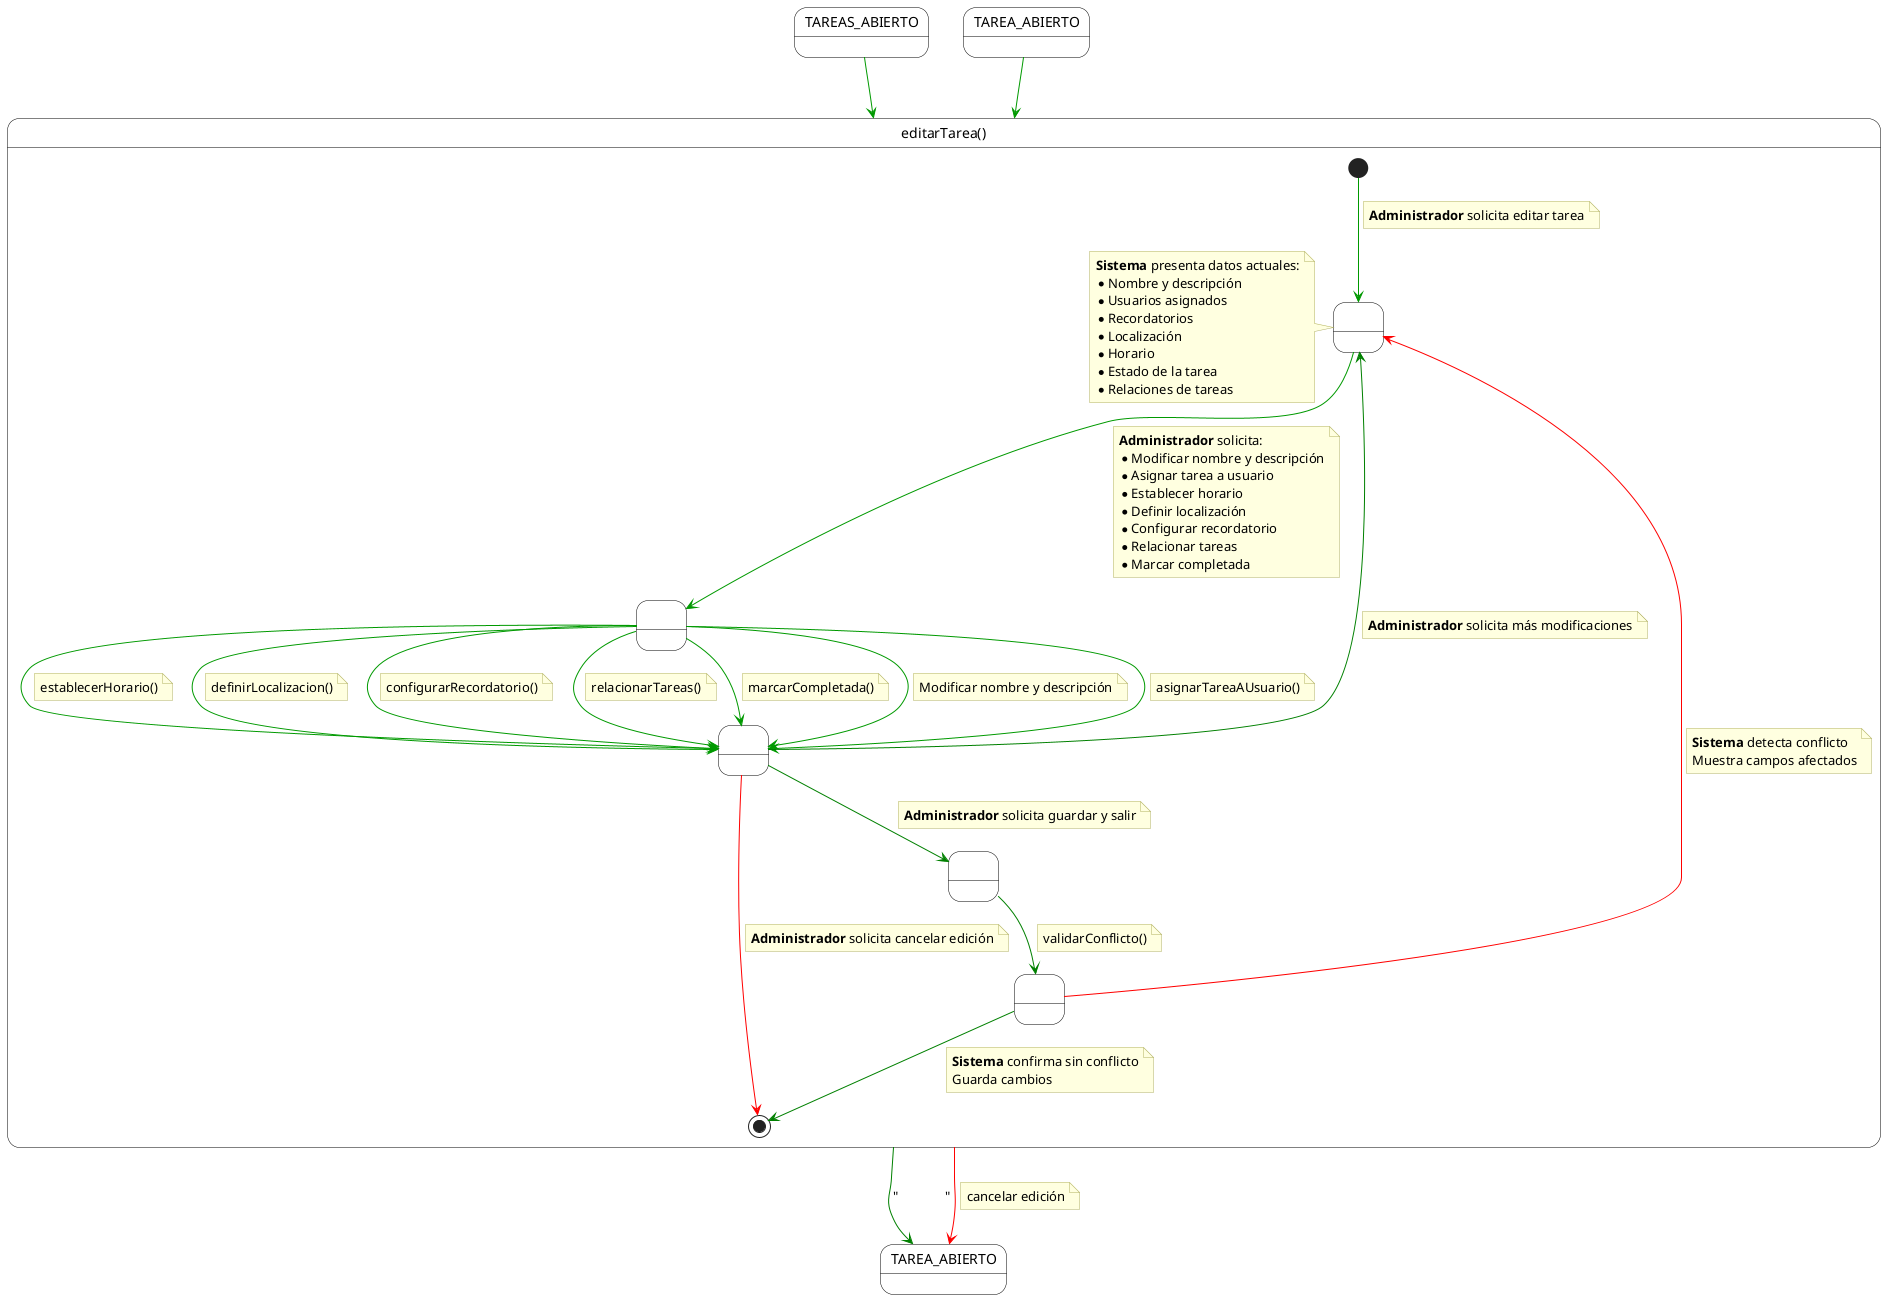
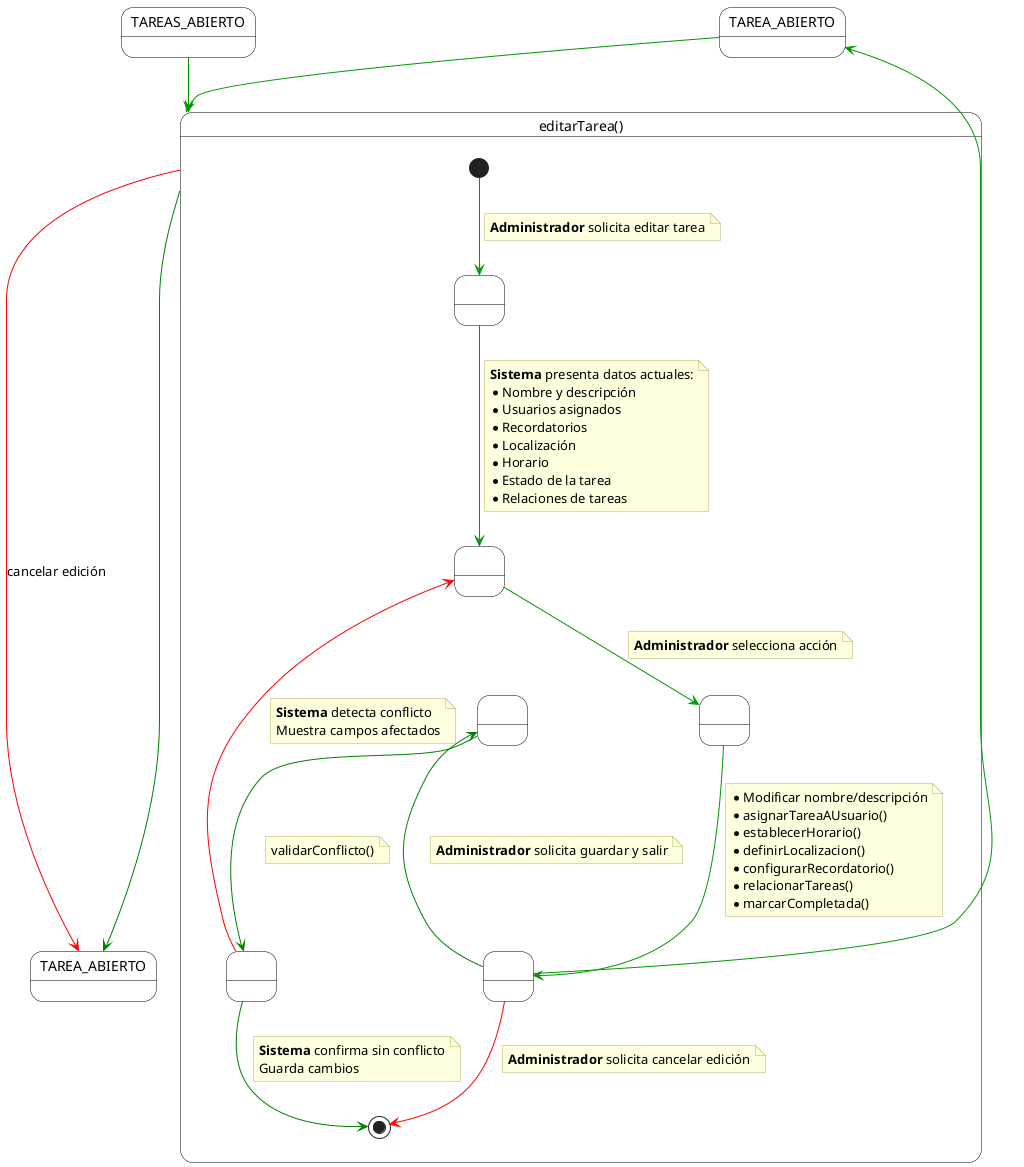
@startuml
- ' Configuración visual consistente
+ ' --- CONFIGURACIÓN VISUAL ---
skinparam monochrome false
skinparam shadow false
top to bottom direction

skinparam state {
    BackgroundColor White
    BorderColor Black
    ArrowColor #009900
    StartColor Black
    EndColor Black
}

skinparam note {
    BackgroundColor #FFFFE0
    BorderColor #B0B060
    FontName Arial
}

- ' --- ESTADOS EXTERNOS DE ENTRADA ---
+ ' --- 1. ENTRADAS (ARRIBA) ---
state TAREAS_ABIERTO
state "TAREA_ABIERTO" as TareaInicio

- ' Estado compuesto principal: editarTarea()
+ ' --- 2. CONTENEDOR PRINCIPAL ---
state "editarTarea()" as EditarTareaContainer {

-     ' Puntos de anclaje internos
-     state " " as PasoVisualizacion
-     state " " as PasoMenuOpciones
-     state " " as PasoDecisionFinal
+     ' Estados internos
+     state " "        as PasoRecepcion
+     state "  "       as PasoVisualizacion
+     state "   "      as PasoMenuOpciones
+     state "    "     as PasoPreValidacion
+     state "     "    as PasoValidacion

-     ' --- NUEVOS ESTADOS DE GUARDADO ---
-     state " " as PasoPreValidacion
-     state " " as PasoValidacion
+     ' Flujo interno normal
+     [*] --> PasoRecepcion
+     note on link: **Administrador** solicita editar tarea

-     ' 1. Inicio
-     [*] --> PasoVisualizacion
+     PasoRecepcion --> PasoVisualizacion
    note on link
-         **Administrador** solicita editar tarea
-     end note
- 
-     ' 2. Presentación
-     note left of PasoVisualizacion
        **Sistema** presenta datos actuales:
        * Nombre y descripción
        * Usuarios asignados
        * Recordatorios
        * Localización
        * Horario
        * Estado de la tarea
        * Relaciones de tareas
    end note

-     ' 3. Menú
    PasoVisualizacion --> PasoMenuOpciones
-     note on link
-         **Administrador** solicita:
-         * Modificar nombre y descripción
-         * Asignar tarea a usuario
-         * Establecer horario
-         * Definir localización
-         * Configurar recordatorio
-         * Relacionar tareas
-         * Marcar completada
-     end note
+     note on link: **Administrador** selecciona acción

-     ' 4. Métodos
-     PasoMenuOpciones --> PasoDecisionFinal
-     note on link
-         Modificar nombre y descripción
-     end note
+     ' --- LÓGICA DE VALIDACIÓN (Esperando flecha de entrada) ---

-     PasoMenuOpciones --> PasoDecisionFinal
-     note on link
-         asignarTareaAUsuario()
-     end note
- 
-     PasoMenuOpciones --> PasoDecisionFinal
-     note on link
-         establecerHorario()
-     end note
- 
-     PasoMenuOpciones --> PasoDecisionFinal
-     note on link
-         definirLocalizacion()
-     end note
- 
-     PasoMenuOpciones --> PasoDecisionFinal
-     note on link
-         configurarRecordatorio()
-     end note
- 
-     PasoMenuOpciones --> PasoDecisionFinal
-     note on link
-         relacionarTareas()
-     end note
- 
-     PasoMenuOpciones --> PasoDecisionFinal
-     note on link
-         marcarCompletada()
-     end note
- 
-     ' 5. Bucle de edición
-     PasoDecisionFinal -[#green]up-> PasoVisualizacion
-     note on link
-         **Administrador** solicita más modificaciones
-     end note
- 
-     ' --- FLUJO DE GUARDADO SEPARADO ---
- 
-     ' 6. PASO 1: Solicitud del usuario (Llega al nuevo estado intermedio)
-     PasoDecisionFinal -[#green]down-> PasoPreValidacion
-     note on link
-         **Administrador** solicita guardar y salir
-     end note
- 
-     ' 7. PASO 2: Acción del sistema (Sale del nuevo estado hacia validación)
    PasoPreValidacion -[#green]down-> PasoValidacion
    note on link
        validarConflicto()
    end note

-     ' 8A. Validación FALLIDA (Conflicto) -> Vuelve arriba (Rojo)
    PasoValidacion -[#red]up-> PasoVisualizacion
    note on link
-         **Sistema** detecta conflicto
-         Muestra campos afectados
+       **Sistema** detecta conflicto
+       Muestra campos afectados
    end note

-     ' 8B. Validación EXITOSA (Sin Conflicto) -> Fin (Verde)
-     PasoValidacion -[#green]down-> [*]
+     PasoValidacion -[#green]-> [*]
    note on link
        **Sistema** confirma sin conflicto
        Guarda cambios
    end note

-     ' 9. Cancelación
-     PasoDecisionFinal -[#red]down-> [*]
+     EstadoMetodos -[#red]down-> [*]
    note on link
        **Administrador** solicita cancelar edición
    end note
}

- ' --- ESTADOS EXTERNOS DE SALIDA ---
+ ' --- 3. ESTADOS EXTERNOS (ABAJO) ---
state "TAREA_ABIERTO" as TareaFin
+ state "      " as EstadoMetodos

- ' --- TRANSICIONES EXTERNAS ---
+ ' --- 4. CONEXIONES Y ANCLAJES ---
+ 
+ ' Entradas
TAREAS_ABIERTO --> EditarTareaContainer
TareaInicio --> EditarTareaContainer

- EditarTareaContainer -[#green]-> TareaFin : "              "
- 
- EditarTareaContainer -[#red]-> TareaFin
+ ' Salida al Distribuidor (Menú -> Estado Externo)
+ PasoMenuOpciones --> EstadoMetodos
note on link
-     cancelar edición
+     * Modificar nombre/descripción
+     * asignarTareaAUsuario()
+     * establecerHorario()
+     * definirLocalizacion()
+     * configurarRecordatorio()
+     * relacionarTareas()
+     * marcarCompletada()
end note

+ ' --- 5. TRANSICIONES DESDE EL ESTADO INTERMEDIO ---
+ 
+ 
+ 
+ ' B. SOLICITA GUARDAR Y SALIR (Lo que pediste)
+ EstadoMetodos -[#green]up-> PasoPreValidacion
+ note on link
+     **Administrador** solicita guardar y salir
+ end note
+ 
+ ' C. RETORNO DE MÉTODOS (Hacia arriba)
+ EstadoMetodos -[#009900]up-> TareaInicio
+ 
+ ' --- 6. SALIDAS FINALES ---
+ EditarTareaContainer -[#green]down-> TareaFin
+ EditarTareaContainer -[#red]down-> TareaFin : cancelar edición
+ 
+ 
+ ' --- 7. ESTRUCTURA DE ANCLAJE (ANTIDESASTRE) ---
+ 
+ ' Alineación vertical estricta (Validación -> Fin)
+ PasoValidacion -[hidden]down-> TareaFin
+ 
+ ' Separación lateral para que EstadoMetodos se quede a la derecha y abajo
+ TareaFin -[hidden]right-> EstadoMetodos
+ 
@enduml